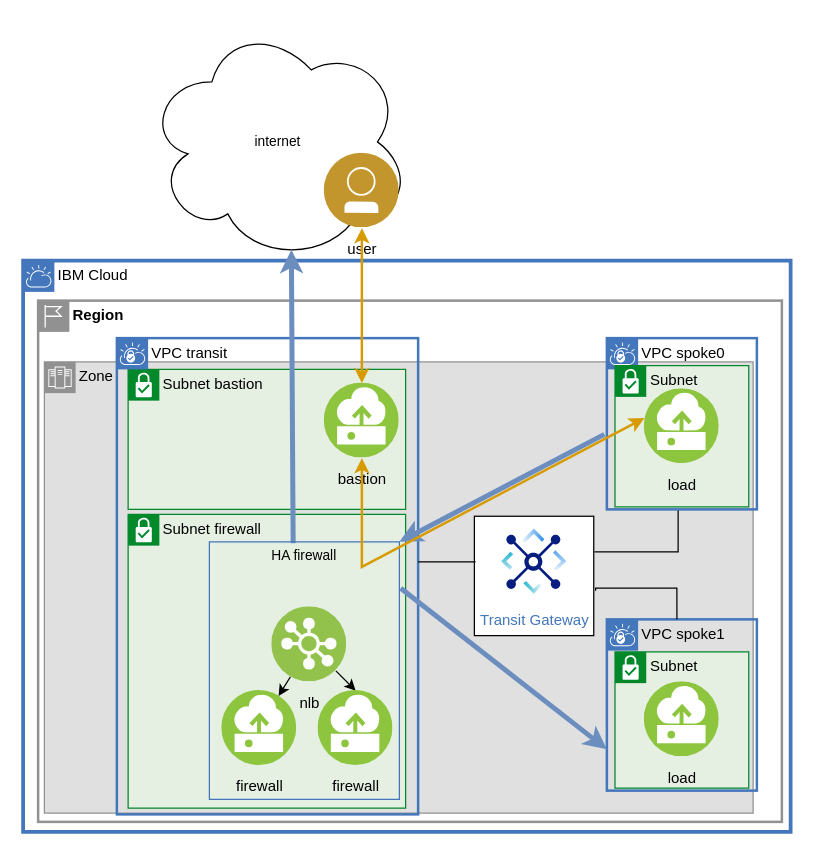
Above: page "intro" (1 of 7) of images/firewall.drawio in IBM-Cloud/vpc-transit-firewall (draw.io), before the change. Source tidied: cells renumbered, new cells numbered last; positions are measured from the earlier drawing's top-left corner, leaving out a move shared by most shapes. Both pictures are drawn from the tidied source at 125%, with x=0, y=0 at pixel (22, 21).
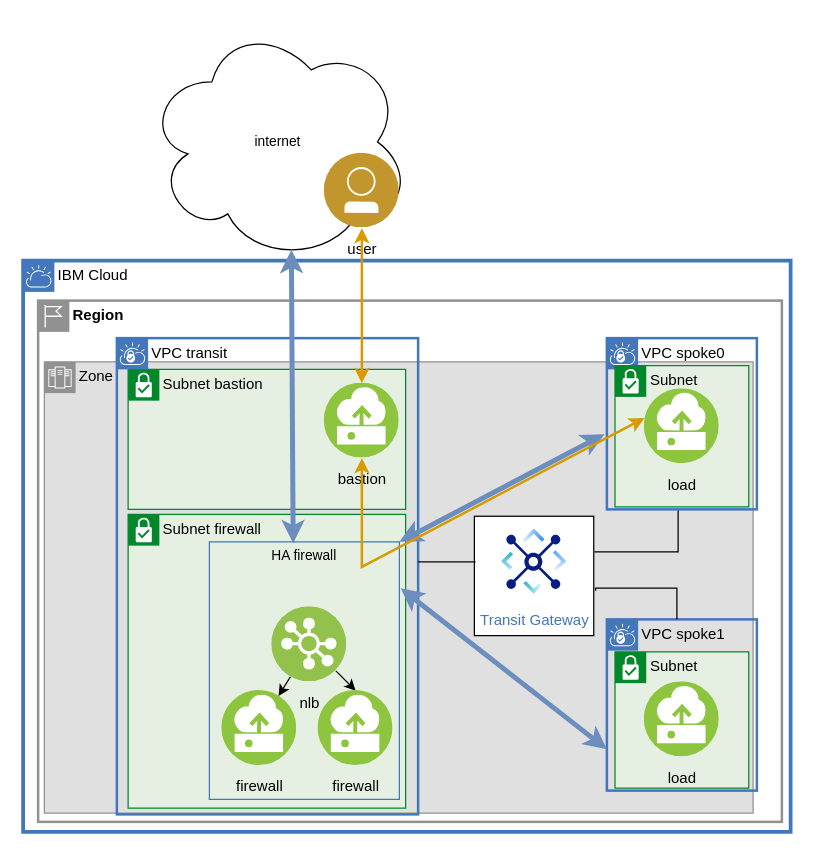
The same page after the edit.

Unchanged cells that the change refers to:
```xml
<mxCell id="6" value="internet" style="ellipse;shape=cloud;whiteSpace=wrap;html=1;labelBackgroundColor=none;fontFamily=Helvetica;fontSize=11;fontColor=#000000;fillColor=#FFFFFF;" parent="1" vertex="1">
  <mxGeometry x="98" width="212" height="192" as="geometry" />
</mxCell>
<mxCell id="9" value="&lt;span style=&quot;font-weight: normal&quot;&gt;VPC spoke1&lt;/span&gt;" style="shape=mxgraph.ibm.box;prType=vpc;fontStyle=1;verticalAlign=top;align=left;spacingLeft=32;spacingTop=4;fillColor=none;rounded=0;whiteSpace=wrap;html=1;strokeColor=#4376BB;strokeWidth=2;dashed=0;spacing=-4;" parent="1" vertex="1">
  <mxGeometry x="467" y="478" width="120" height="137" as="geometry" />
</mxCell>
<mxCell id="10" value="&lt;span style=&quot;font-weight: normal&quot;&gt;VPC spoke0&lt;/span&gt;" style="shape=mxgraph.ibm.box;prType=vpc;fontStyle=1;verticalAlign=top;align=left;spacingLeft=32;spacingTop=4;fillColor=none;rounded=0;whiteSpace=wrap;html=1;strokeColor=#4376BB;strokeWidth=2;dashed=0;spacing=-4;" parent="1" vertex="1">
  <mxGeometry x="467" y="253" width="120" height="137" as="geometry" />
</mxCell>
<mxCell id="19" value="HA firewall" style="fontStyle=0;verticalAlign=top;align=center;spacingTop=-2;fillColor=none;rounded=0;whiteSpace=wrap;html=1;strokeColor=#4376BB;strokeWidth=1;dashed=0;labelBackgroundColor=none;fontFamily=Helvetica;fontSize=11;fontColor=#000000;" parent="1" vertex="1">
  <mxGeometry x="149" y="416" width="152" height="206" as="geometry" />
</mxCell>
```

The edit, as a diff of the source:
```diff
@@
-    <mxCell id="13" style="edgeStyle=none;shape=connector;rounded=0;jettySize=auto;html=1;entryX=1;entryY=0;entryDx=0;entryDy=0;labelBackgroundColor=default;fontFamily=Helvetica;fontSize=11;fontColor=#000000;startArrow=none;startFill=0;endArrow=classic;endFill=1;strokeColor=#6c8ebf;strokeWidth=4;fillColor=#dae8fc;exitX=-0.017;exitY=0.562;exitDx=0;exitDy=0;exitPerimeter=0;" parent="1" edge="1" source="10" target="19">
+    <mxCell id="13" style="edgeStyle=none;shape=connector;rounded=0;jettySize=auto;html=1;entryX=1;entryY=0;entryDx=0;entryDy=0;labelBackgroundColor=default;fontFamily=Helvetica;fontSize=11;fontColor=#000000;startArrow=classic;startFill=1;endArrow=classic;endFill=1;strokeColor=#6c8ebf;strokeWidth=4;fillColor=#dae8fc;exitX=-0.017;exitY=0.562;exitDx=0;exitDy=0;exitPerimeter=0;" parent="1" edge="1" source="10" target="19">
       <mxGeometry relative="1" as="geometry" />
     </mxCell>
-    <mxCell id="14" style="edgeStyle=none;shape=connector;rounded=0;jettySize=auto;html=1;entryX=0;entryY=0.759;entryDx=0;entryDy=0;entryPerimeter=0;labelBackgroundColor=default;fontFamily=Helvetica;fontSize=11;fontColor=#000000;startArrow=none;startFill=0;endArrow=classic;endFill=1;strokeColor=#6c8ebf;strokeWidth=4;fillColor=#dae8fc;exitX=1.007;exitY=0.18;exitDx=0;exitDy=0;exitPerimeter=0;" parent="1" edge="1" source="19" target="9">
+    <mxCell id="14" style="edgeStyle=none;shape=connector;rounded=0;jettySize=auto;html=1;entryX=0;entryY=0.759;entryDx=0;entryDy=0;entryPerimeter=0;labelBackgroundColor=default;fontFamily=Helvetica;fontSize=11;fontColor=#000000;startArrow=classic;startFill=1;endArrow=classic;endFill=1;strokeColor=#6c8ebf;strokeWidth=4;fillColor=#dae8fc;exitX=1.007;exitY=0.18;exitDx=0;exitDy=0;exitPerimeter=0;" parent="1" edge="1" source="19" target="9">
       <mxGeometry relative="1" as="geometry" />
     </mxCell>
-    <mxCell id="15" style="edgeStyle=none;shape=connector;rounded=0;jettySize=auto;html=1;entryX=0.55;entryY=0.95;entryDx=0;entryDy=0;entryPerimeter=0;labelBackgroundColor=default;fontFamily=Helvetica;fontSize=11;fontColor=#000000;startArrow=none;startFill=0;endArrow=classic;endFill=1;strokeColor=#6c8ebf;strokeWidth=4;fillColor=#dae8fc;exitX=0.441;exitY=0.005;exitDx=0;exitDy=0;exitPerimeter=0;" parent="1" edge="1" source="19" target="6">
+    <mxCell id="15" style="edgeStyle=none;shape=connector;rounded=0;jettySize=auto;html=1;entryX=0.55;entryY=0.95;entryDx=0;entryDy=0;entryPerimeter=0;labelBackgroundColor=default;fontFamily=Helvetica;fontSize=11;fontColor=#000000;startArrow=classic;startFill=1;endArrow=classic;endFill=1;strokeColor=#6c8ebf;strokeWidth=4;fillColor=#dae8fc;exitX=0.441;exitY=0.005;exitDx=0;exitDy=0;exitPerimeter=0;" parent="1" edge="1" source="19" target="6">
       <mxGeometry relative="1" as="geometry" />
     </mxCell>
```
